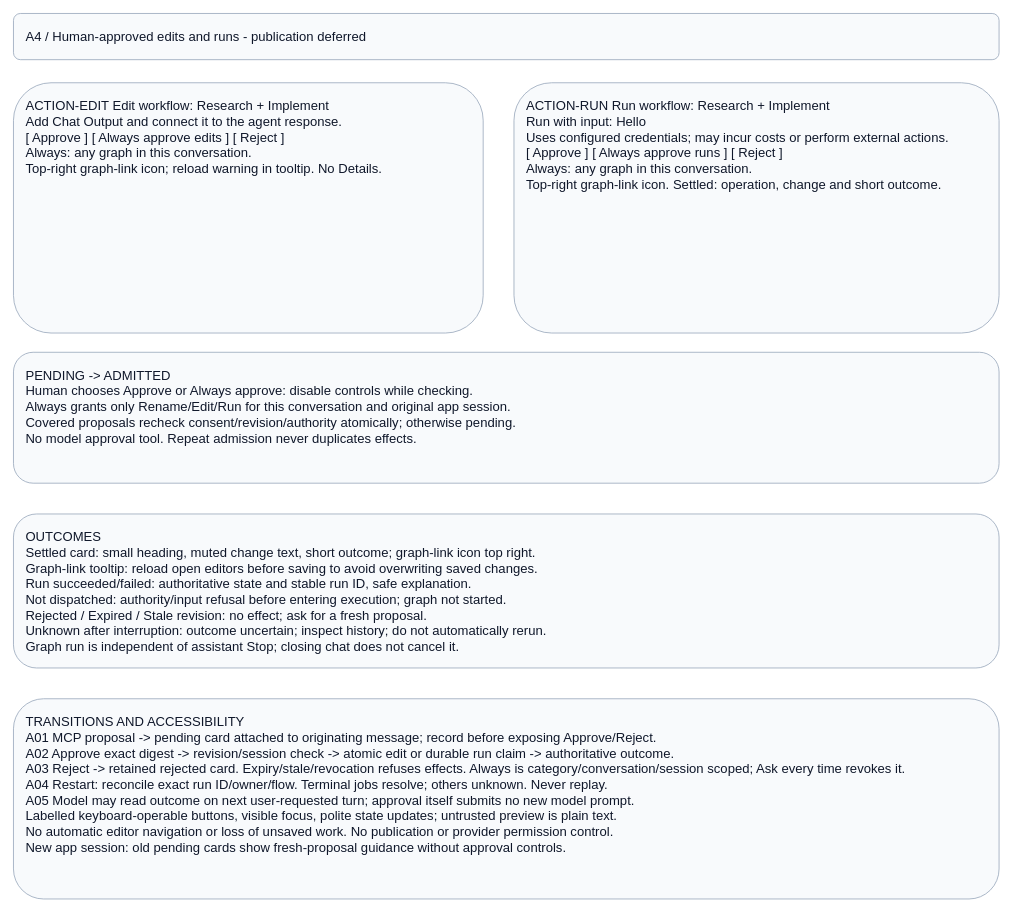
Earlier version of the draw.io diagram page "A4 - Human-approved graph actions" (4 of 4) of projects/laomedo/subsystems/agent-execution/design/application-assistant.drawio (amadou-6e/specs). Source tidied: cells renumbered, new cells numbered last; positions are measured from the earlier drawing's top-left corner, leaving out a move shared by most shapes. Both pictures are drawn from the tidied source at 77%, with x=0, y=0 at pixel (13, 13).
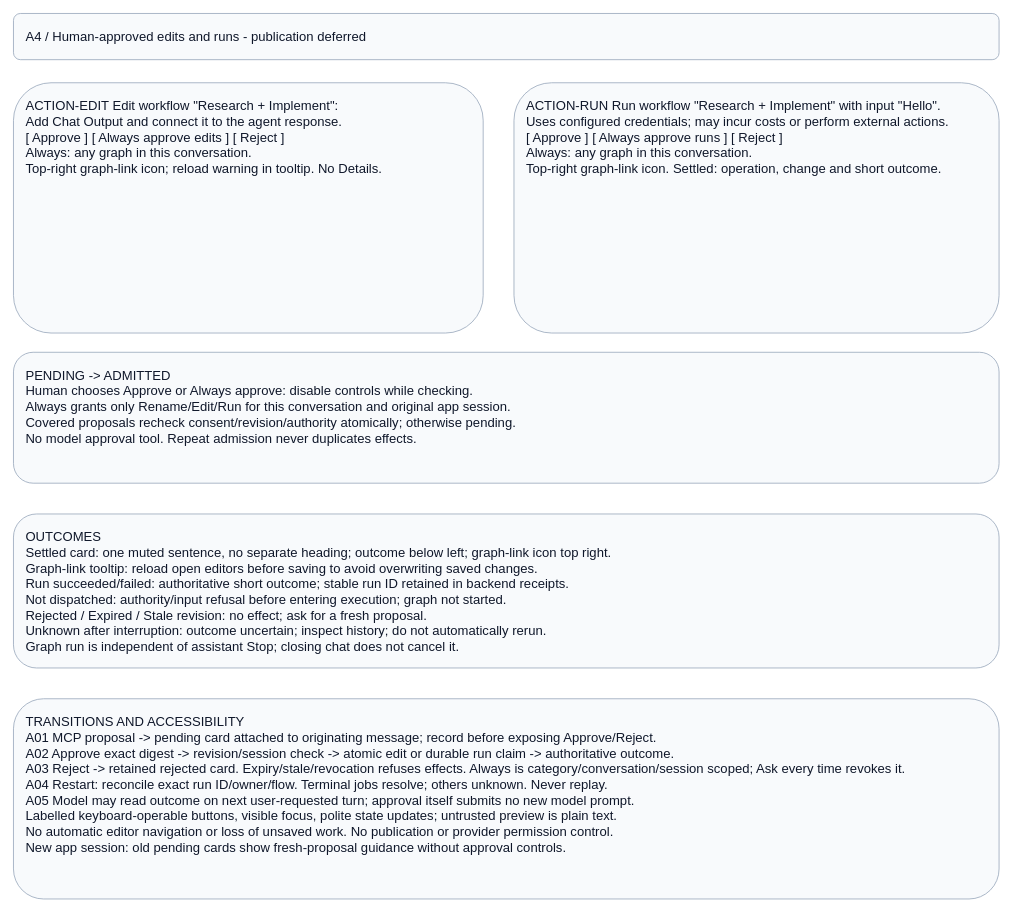
After the change.

Commit message:
docs: reconcile approval diagram with current card contract

What changed in the source:
```diff
@@
 <mxGraphModel>
   <root>
     <mxCell id="0" />
     <mxCell id="1" parent="0" />
     <mxCell id="2" value="A4 / Human-approved edits and runs - publication deferred" style="rounded=1;whiteSpace=wrap;html=0;fillColor=#f8fafc;strokeColor=#94a3b8;fontColor=#0f172a;fontFamily=Arial;fontSize=17;align=left;verticalAlign=top;spacing=16;" parent="1" vertex="1">
       <mxGeometry width="1280" height="60" as="geometry" />
     </mxCell>
-    <mxCell id="3" value="ACTION-EDIT  Edit workflow: Research + Implement&#10;Add Chat Output and connect it to the agent response.&#10;[ Approve ] [ Always approve edits ] [ Reject ]&#10;Always: any graph in this conversation.&#10;Top-right graph-link icon; reload warning in tooltip. No Details." style="rounded=1;whiteSpace=wrap;html=0;fillColor=#f8fafc;strokeColor=#94a3b8;fontColor=#0f172a;fontFamily=Arial;fontSize=17;align=left;verticalAlign=top;spacing=16;" parent="1" vertex="1">
+    <mxCell id="3" value="ACTION-EDIT  Edit workflow &quot;Research + Implement&quot;:&#10;Add Chat Output and connect it to the agent response.&#10;[ Approve ] [ Always approve edits ] [ Reject ]&#10;Always: any graph in this conversation.&#10;Top-right graph-link icon; reload warning in tooltip. No Details." style="rounded=1;whiteSpace=wrap;html=0;fillColor=#f8fafc;strokeColor=#94a3b8;fontColor=#0f172a;fontFamily=Arial;fontSize=17;align=left;verticalAlign=top;spacing=16;" parent="1" vertex="1">
       <mxGeometry y="90" width="610" height="325" as="geometry" />
     </mxCell>
-    <mxCell id="4" value="ACTION-RUN  Run workflow: Research + Implement&#10;Run with input: Hello&#10;Uses configured credentials; may incur costs or perform external actions.&#10;[ Approve ] [ Always approve runs ] [ Reject ]&#10;Always: any graph in this conversation.&#10;Top-right graph-link icon. Settled: operation, change and short outcome." style="rounded=1;whiteSpace=wrap;html=0;fillColor=#f8fafc;strokeColor=#94a3b8;fontColor=#0f172a;fontFamily=Arial;fontSize=17;align=left;verticalAlign=top;spacing=16;" parent="1" vertex="1">
+    <mxCell id="4" value="ACTION-RUN  Run workflow &quot;Research + Implement&quot; with input &quot;Hello&quot;.&#10;Uses configured credentials; may incur costs or perform external actions.&#10;[ Approve ] [ Always approve runs ] [ Reject ]&#10;Always: any graph in this conversation.&#10;Top-right graph-link icon. Settled: operation, change and short outcome." style="rounded=1;whiteSpace=wrap;html=0;fillColor=#f8fafc;strokeColor=#94a3b8;fontColor=#0f172a;fontFamily=Arial;fontSize=17;align=left;verticalAlign=top;spacing=16;" parent="1" vertex="1">
       <mxGeometry x="650" y="90" width="630" height="325" as="geometry" />
     </mxCell>
     <mxCell id="5" value="PENDING -&gt; ADMITTED&#10;Human chooses Approve or Always approve: disable controls while checking.&#10;Always grants only Rename/Edit/Run for this conversation and original app session.&#10;Covered proposals recheck consent/revision/authority atomically; otherwise pending.&#10;No model approval tool. Repeat admission never duplicates effects." style="rounded=1;whiteSpace=wrap;html=0;fillColor=#f8fafc;strokeColor=#94a3b8;fontColor=#0f172a;fontFamily=Arial;fontSize=17;align=left;verticalAlign=top;spacing=16;" parent="1" vertex="1">
       <mxGeometry y="440" width="1280" height="170" as="geometry" />
     </mxCell>
-    <mxCell id="6" value="OUTCOMES&#10;Settled card: small heading, muted change text, short outcome; graph-link icon top right.&#10;Graph-link tooltip: reload open editors before saving to avoid overwriting saved changes.&#10;Run succeeded/failed: authoritative state and stable run ID, safe explanation.&#10;Not dispatched: authority/input refusal before entering execution; graph not started.&#10;Rejected / Expired / Stale revision: no effect; ask for a fresh proposal.&#10;Unknown after interruption: outcome uncertain; inspect history; do not automatically rerun.&#10;Graph run is independent of assistant Stop; closing chat does not cancel it." style="rounded=1;whiteSpace=wrap;html=0;fillColor=#f8fafc;strokeColor=#94a3b8;fontColor=#0f172a;fontFamily=Arial;fontSize=17;align=left;verticalAlign=top;spacing=16;" parent="1" vertex="1">
+    <mxCell id="6" value="OUTCOMES&#10;Settled card: one muted sentence, no separate heading; outcome below left; graph-link icon top right.&#10;Graph-link tooltip: reload open editors before saving to avoid overwriting saved changes.&#10;Run succeeded/failed: authoritative short outcome; stable run ID retained in backend receipts.&#10;Not dispatched: authority/input refusal before entering execution; graph not started.&#10;Rejected / Expired / Stale revision: no effect; ask for a fresh proposal.&#10;Unknown after interruption: outcome uncertain; inspect history; do not automatically rerun.&#10;Graph run is independent of assistant Stop; closing chat does not cancel it." style="rounded=1;whiteSpace=wrap;html=0;fillColor=#f8fafc;strokeColor=#94a3b8;fontColor=#0f172a;fontFamily=Arial;fontSize=17;align=left;verticalAlign=top;spacing=16;" parent="1" vertex="1">
       <mxGeometry y="650" width="1280" height="200" as="geometry" />
     </mxCell>
     <mxCell id="7" value="TRANSITIONS AND ACCESSIBILITY&#10;A01 MCP proposal -&gt; pending card attached to originating message; record before exposing Approve/Reject.&#10;A02 Approve exact digest -&gt; revision/session check -&gt; atomic edit or durable run claim -&gt; authoritative outcome.&#10;A03 Reject -&gt; retained rejected card. Expiry/stale/revocation refuses effects. Always is category/conversation/session scoped; Ask every time revokes it.&#10;A04 Restart: reconcile exact run ID/owner/flow. Terminal jobs resolve; others unknown. Never replay.&#10;A05 Model may read outcome on next user-requested turn; approval itself submits no new model prompt.&#10;Labelled keyboard-operable buttons, visible focus, polite state updates; untrusted preview is plain text.&#10;No automatic editor navigation or loss of unsaved work. No publication or provider permission control.&#10;New app session: old pending cards show fresh-proposal guidance without approval controls." style="rounded=1;whiteSpace=wrap;html=0;fillColor=#f8fafc;strokeColor=#94a3b8;fontColor=#0f172a;fontFamily=Arial;fontSize=17;align=left;verticalAlign=top;spacing=16;" parent="1" vertex="1">
       <mxGeometry y="890" width="1280" height="260" as="geometry" />
     </mxCell>
   </root>
 </mxGraphModel>
```
